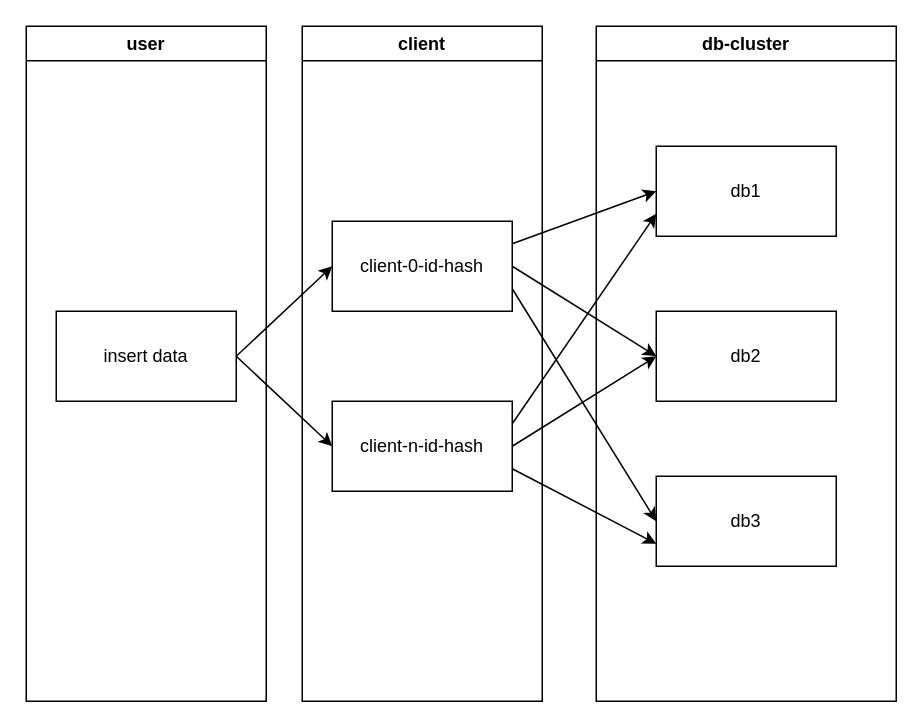
This is splitDb4range.drawio from GallantKong/diagram, a draw.io file, before an edit. Source tidied: cells renumbered, new cells numbered last; positions are measured from the earlier drawing's top-left corner, leaving out a move shared by most shapes. Both pictures are drawn from the tidied source at 150%, with x=0, y=0 at pixel (26, 26).
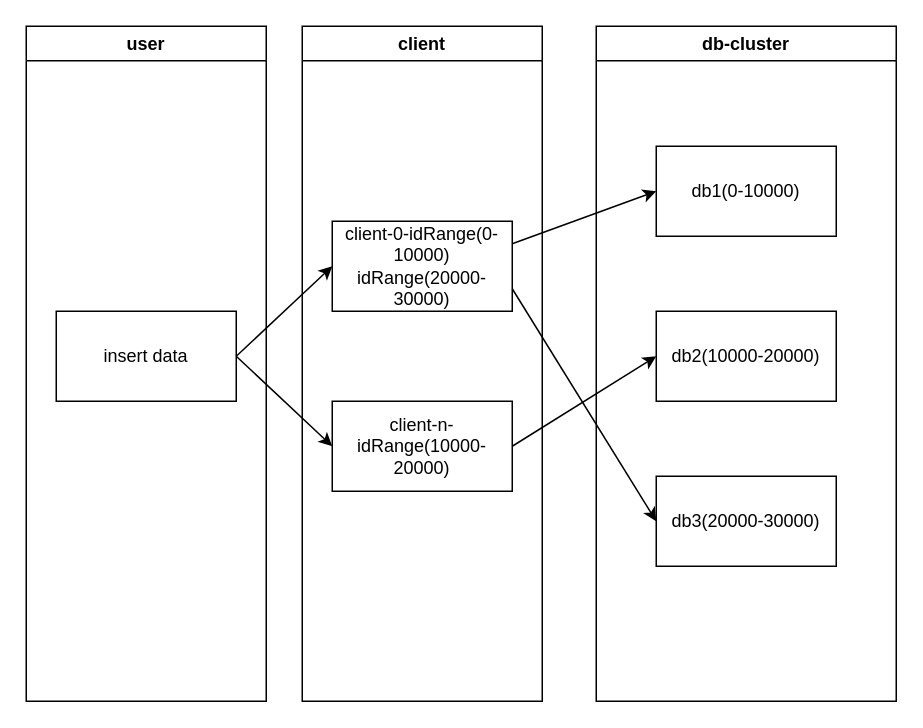
The same diagram, later.

Diff of the diagram source:
```diff
@@
 <mxGraphModel>
   <root>
     <mxCell id="0" />
     <mxCell id="1" parent="0" />
     <mxCell id="2" style="rounded=0;jettySize=auto;html=1;exitX=1;exitY=0.5;exitDx=0;exitDy=0;entryX=0;entryY=0.5;entryDx=0;entryDy=0;" parent="1" edge="1" source="7" target="9">
       <mxGeometry relative="1" as="geometry" />
     </mxCell>
     <mxCell id="3" style="edgeStyle=none;rounded=0;jettySize=auto;html=1;exitX=1;exitY=0.25;exitDx=0;exitDy=0;entryX=0;entryY=0.5;entryDx=0;entryDy=0;" parent="1" edge="1" source="9" target="16">
       <mxGeometry relative="1" as="geometry" />
     </mxCell>
-    <mxCell id="4" style="edgeStyle=none;rounded=0;jettySize=auto;html=1;exitX=1;exitY=0.5;exitDx=0;exitDy=0;entryX=0;entryY=0.5;entryDx=0;entryDy=0;" parent="1" edge="1" source="9" target="17">
-      <mxGeometry relative="1" as="geometry" />
-    </mxCell>
-    <mxCell id="5" style="edgeStyle=none;rounded=0;jettySize=auto;html=1;exitX=1;exitY=0.75;exitDx=0;exitDy=0;entryX=0;entryY=0.5;entryDx=0;entryDy=0;" parent="1" edge="1" source="9" target="18">
-      <mxGeometry relative="1" as="geometry" />
-    </mxCell>
     <mxCell id="6" value="user" style="swimlane;" parent="1" vertex="1">
       <mxGeometry width="160" height="450" as="geometry" />
     </mxCell>
     <mxCell id="7" value="insert data" style="rounded=0;whiteSpace=wrap;html=1;" parent="6" vertex="1">
       <mxGeometry x="20" y="190" width="120" height="60" as="geometry" />
     </mxCell>
     <mxCell id="8" value="client" style="swimlane;" parent="1" vertex="1">
       <mxGeometry x="184" width="160" height="450" as="geometry" />
     </mxCell>
-    <mxCell id="9" value="client-0-id-hash" style="rounded=0;whiteSpace=wrap;html=1;" parent="8" vertex="1">
+    <mxCell id="9" value="client-0-idRange(0-10000)&lt;br&gt;idRange(20000-30000)" style="rounded=0;whiteSpace=wrap;html=1;" parent="8" vertex="1">
       <mxGeometry x="20" y="130" width="120" height="60" as="geometry" />
     </mxCell>
-    <mxCell id="10" value="client-n-id-hash" style="rounded=0;whiteSpace=wrap;html=1;" parent="8" vertex="1">
+    <mxCell id="10" value="client-n-idRange(10000-20000)" style="rounded=0;whiteSpace=wrap;html=1;" parent="8" vertex="1">
       <mxGeometry x="20" y="250" width="120" height="60" as="geometry" />
     </mxCell>
     <mxCell id="11" style="edgeStyle=none;rounded=0;jettySize=auto;html=1;exitX=1;exitY=0.5;exitDx=0;exitDy=0;entryX=0;entryY=0.5;entryDx=0;entryDy=0;" parent="1" edge="1" source="7" target="10">
       <mxGeometry relative="1" as="geometry" />
     </mxCell>
-    <mxCell id="12" style="edgeStyle=none;rounded=0;jettySize=auto;html=1;exitX=1;exitY=0.25;exitDx=0;exitDy=0;entryX=0;entryY=0.75;entryDx=0;entryDy=0;" parent="1" edge="1" source="10" target="16">
-      <mxGeometry relative="1" as="geometry" />
-    </mxCell>
     <mxCell id="13" style="edgeStyle=none;rounded=0;jettySize=auto;html=1;exitX=1;exitY=0.5;exitDx=0;exitDy=0;entryX=0;entryY=0.5;entryDx=0;entryDy=0;" parent="1" edge="1" source="10" target="17">
       <mxGeometry relative="1" as="geometry" />
     </mxCell>
-    <mxCell id="14" style="edgeStyle=none;rounded=0;jettySize=auto;html=1;exitX=1;exitY=0.75;exitDx=0;exitDy=0;entryX=0;entryY=0.75;entryDx=0;entryDy=0;" parent="1" edge="1" source="10" target="18">
-      <mxGeometry relative="1" as="geometry" />
-    </mxCell>
     <mxCell id="15" value="db-cluster" style="swimlane;" parent="1" vertex="1">
       <mxGeometry x="380" width="200" height="450" as="geometry" />
     </mxCell>
-    <mxCell id="16" value="db1" style="rounded=0;whiteSpace=wrap;html=1;" parent="15" vertex="1">
+    <mxCell id="16" value="db1(0-10000)" style="rounded=0;whiteSpace=wrap;html=1;" parent="15" vertex="1">
       <mxGeometry x="40" y="80" width="120" height="60" as="geometry" />
     </mxCell>
-    <mxCell id="17" value="db2" style="rounded=0;whiteSpace=wrap;html=1;" parent="15" vertex="1">
+    <mxCell id="17" value="db2(10000-20000)" style="rounded=0;whiteSpace=wrap;html=1;" parent="15" vertex="1">
       <mxGeometry x="40" y="190" width="120" height="60" as="geometry" />
     </mxCell>
-    <mxCell id="18" value="db3" style="rounded=0;whiteSpace=wrap;html=1;" parent="15" vertex="1">
+    <mxCell id="18" value="db3(20000-30000)" style="rounded=0;whiteSpace=wrap;html=1;" parent="15" vertex="1">
       <mxGeometry x="40" y="300" width="120" height="60" as="geometry" />
     </mxCell>
+    <mxCell id="5" style="rounded=0;jettySize=auto;html=1;exitX=1;exitY=0.75;exitDx=0;exitDy=0;entryX=0;entryY=0.5;entryDx=0;entryDy=0;" parent="1" edge="1" source="9" target="18">
+      <mxGeometry relative="1" as="geometry" />
+    </mxCell>
   </root>
 </mxGraphModel>
```
